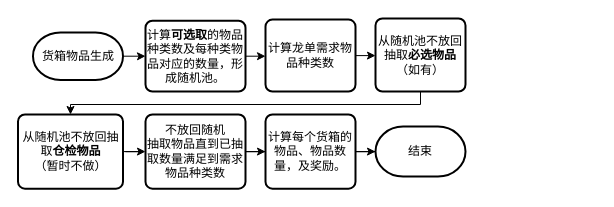
Before: page "第 4 页" (4 of 4) of Untitled Diagram.drawio in fanyixin0428/towerdefencegame, a draw.io diagram. Source tidied: cells renumbered, new cells numbered last; positions are measured from the earlier drawing's top-left corner, leaving out a move shared by most shapes. Both pictures are drawn from the tidied source at 100%, with x=0, y=0 at pixel (17, 18).
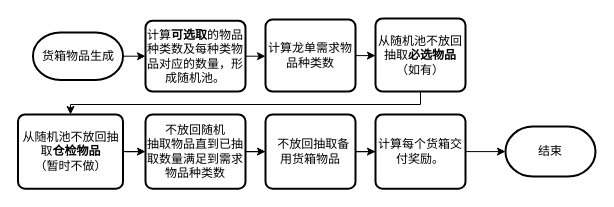
The same page after the edit.

Unchanged cells that the change refers to:
```xml
<mxCell id="15" value="不放回随机&lt;br&gt;抽取物品直到已抽取数量满足到需求物品种类数" style="rounded=1;whiteSpace=wrap;html=1;absoluteArcSize=1;arcSize=14;strokeWidth=2;" parent="1" vertex="1">
  <mxGeometry x="128" y="96" width="100" height="74.2" as="geometry" />
</mxCell>
```

What changed in the source:
```diff
@@
     <mxCell id="4" value="结束" style="strokeWidth=2;html=1;shape=mxgraph.flowchart.terminator;whiteSpace=wrap;" parent="1" vertex="1">
-      <mxGeometry x="358" y="108.1" width="90" height="50" as="geometry" />
+      <mxGeometry x="488" y="108.1" width="90" height="50" as="geometry" />
     </mxCell>
@@
-    <mxCell id="14" style="edgeStyle=orthogonalEdgeStyle;rounded=0;jettySize=auto;html=1;entryX=0;entryY=0.5;entryDx=0;entryDy=0;" parent="1" edge="1" source="15" target="16">
+    <mxCell id="14" style="edgeStyle=orthogonalEdgeStyle;rounded=0;jettySize=auto;html=1;entryX=0;entryY=0.5;entryDx=0;entryDy=0;" parent="1" edge="1" source="15" target="18">
       <mxGeometry relative="1" as="geometry" />
     </mxCell>
@@
-    <mxCell id="16" value="计算每个货箱的物品、物品数量，及奖励。" style="rounded=1;whiteSpace=wrap;html=1;absoluteArcSize=1;arcSize=14;strokeWidth=2;" parent="1" vertex="1">
-      <mxGeometry x="248" y="96" width="90" height="74.2" as="geometry" />
+    <mxCell id="16" value="计算每个货箱交付奖励。" style="rounded=1;whiteSpace=wrap;html=1;absoluteArcSize=1;arcSize=14;strokeWidth=2;" parent="1" vertex="1">
+      <mxGeometry x="358" y="96" width="90" height="74.2" as="geometry" />
     </mxCell>
+    <mxCell id="17" style="edgeStyle=orthogonalEdgeStyle;rounded=0;jettySize=auto;html=1;entryX=0;entryY=0.5;entryDx=0;entryDy=0;" parent="1" edge="1" source="18" target="16">
+      <mxGeometry relative="1" as="geometry" />
+    </mxCell>
+    <mxCell id="18" value="&amp;nbsp; 不放回抽取备用货箱物品" style="rounded=1;whiteSpace=wrap;html=1;absoluteArcSize=1;arcSize=14;strokeWidth=2;" parent="1" vertex="1">
+      <mxGeometry x="248" y="96" width="90" height="74.2" as="geometry" />
+    </mxCell>
```
